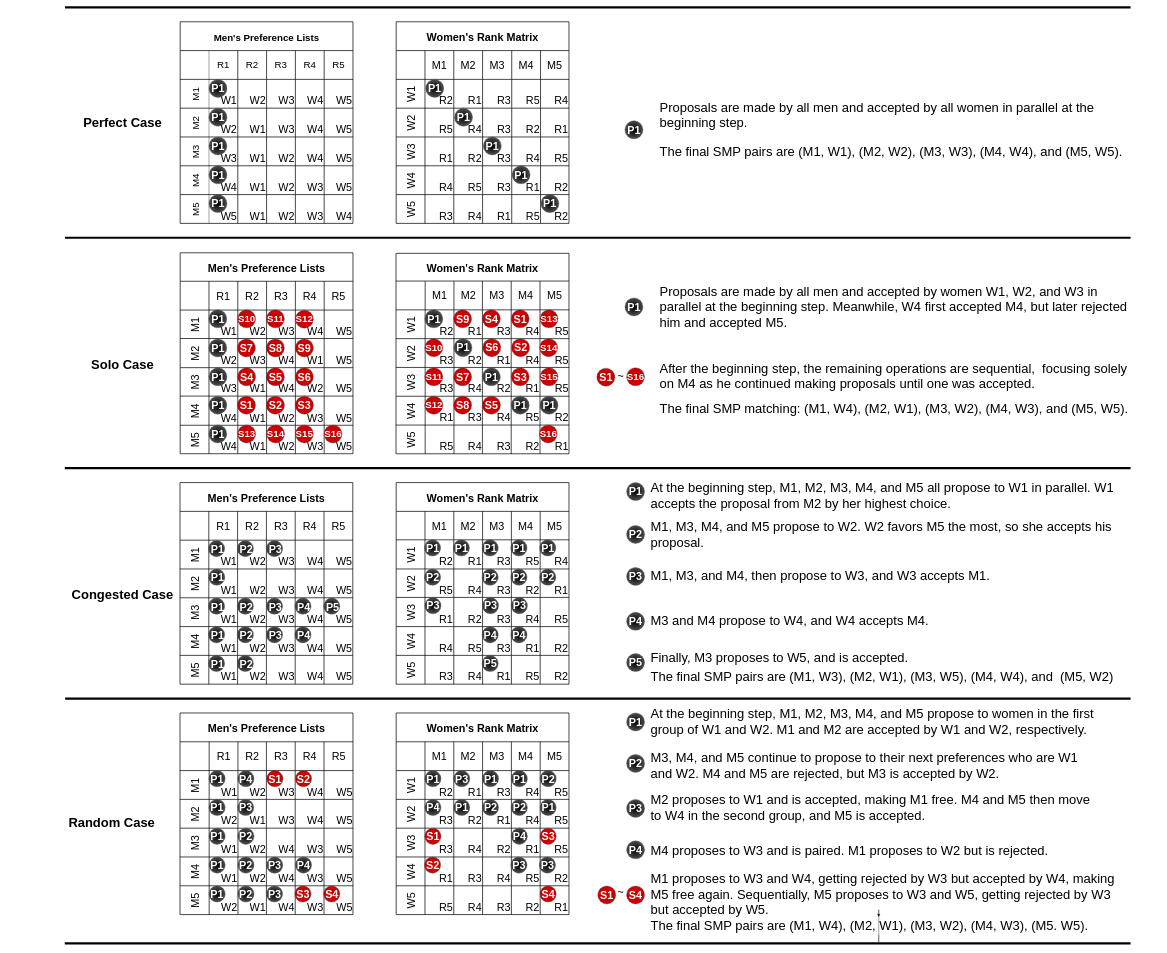
Above: SMPWorkloads.drawio in victorliu-sq/BambooSMP-Figures (draw.io), before the change. Source tidied: cells renumbered, new cells numbered last; positions are measured from the earlier drawing's top-left corner, leaving out a move shared by most shapes. Both pictures are drawn from the tidied source at 36%, with x=0, y=0 at pixel (54, 7).
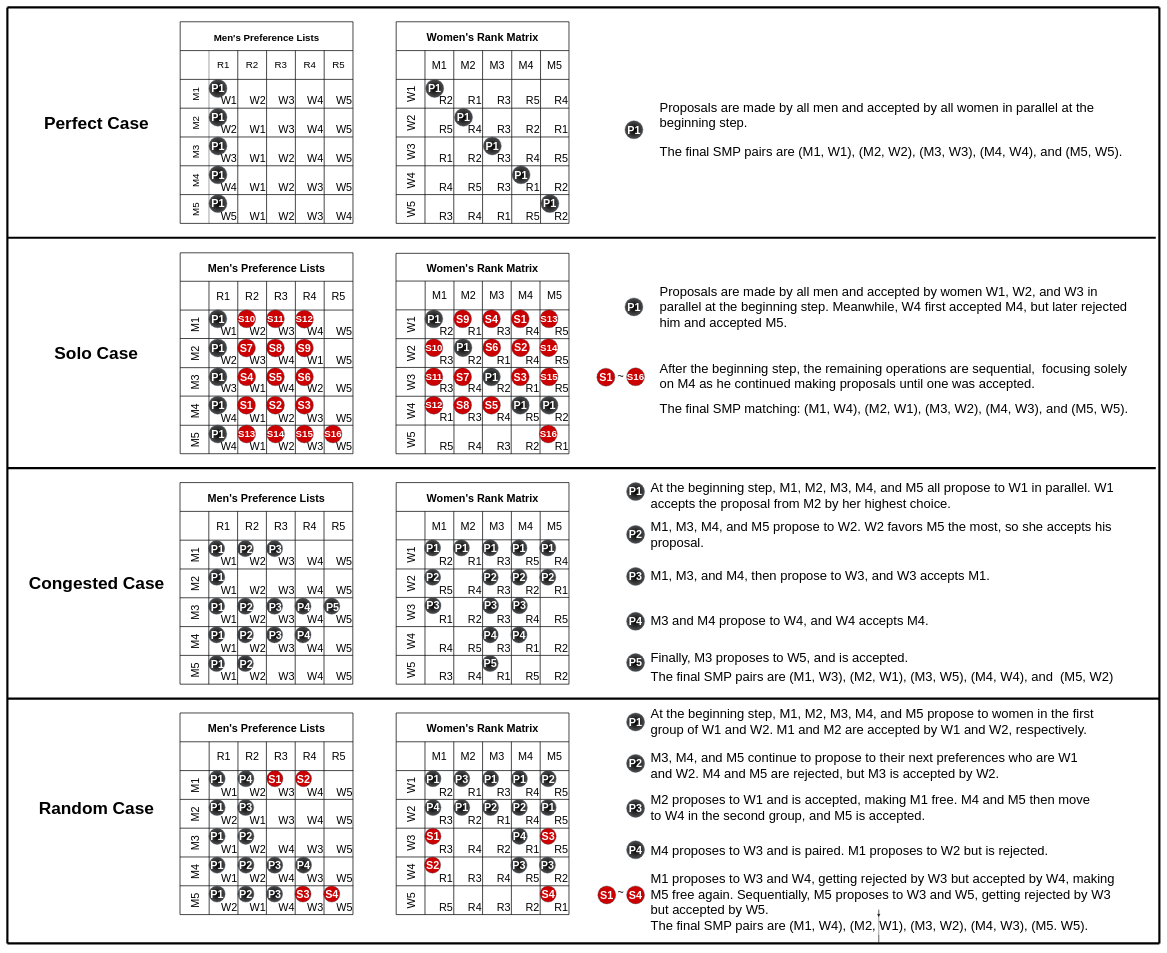
Above is the later version.

Change to the diagram source:
```diff
@@
     <mxCell id="76" style="endArrow=none;html=1;rounded=0;strokeWidth=6;" parent="1" edge="1">
       <mxGeometry relative="1" as="geometry">
-        <mxPoint x="30" y="640" as="sourcePoint" />
-        <mxPoint x="2990" y="640" as="targetPoint" />
+        <mxPoint x="-130" y="640" as="sourcePoint" />
+        <mxPoint x="3060" y="640" as="targetPoint" />
       </mxGeometry>
     </mxCell>
@@
-    <mxCell id="114" value="&lt;font style=&quot;font-size: 36px;&quot;&gt;&lt;b style=&quot;font-size: 36px;&quot;&gt;Perfect Case&lt;/b&gt;&lt;/font&gt;" style="text;strokeColor=none;align=center;fillColor=none;html=1;verticalAlign=middle;whiteSpace=wrap;rounded=0;fontSize=36;" parent="1" vertex="1">
-      <mxGeometry x="60" y="280" width="260" height="80" as="geometry" />
+    <mxCell id="114" value="&lt;font style=&quot;font-size: 48px;&quot;&gt;&lt;b style=&quot;font-size: 48px;&quot;&gt;Perfect Case&lt;/b&gt;&lt;/font&gt;" style="text;strokeColor=none;align=center;fillColor=none;html=1;verticalAlign=middle;whiteSpace=wrap;rounded=0;fontSize=48;" parent="1" vertex="1">
+      <mxGeometry x="-30" y="280" width="294.5" height="80" as="geometry" />
     </mxCell>
-    <mxCell id="115" value="&lt;font style=&quot;font-size: 36px;&quot;&gt;&lt;b style=&quot;font-size: 36px;&quot;&gt;Solo Case&lt;/b&gt;&lt;/font&gt;" style="text;strokeColor=none;align=center;fillColor=none;html=1;verticalAlign=middle;whiteSpace=wrap;rounded=0;fontSize=36;" parent="1" vertex="1">
-      <mxGeometry x="70" y="952.5" width="240" height="80" as="geometry" />
+    <mxCell id="115" value="&lt;font style=&quot;font-size: 48px;&quot;&gt;&lt;b style=&quot;font-size: 48px;&quot;&gt;Solo Case&lt;/b&gt;&lt;/font&gt;" style="text;strokeColor=none;align=center;fillColor=none;html=1;verticalAlign=middle;whiteSpace=wrap;rounded=0;fontSize=48;" parent="1" vertex="1">
+      <mxGeometry x="-2.8" y="920.2" width="240" height="80" as="geometry" />
     </mxCell>
-    <mxCell id="116" value="&lt;font style=&quot;font-size: 36px;&quot;&gt;&lt;b style=&quot;font-size: 36px;&quot;&gt;Congested Case&lt;/b&gt;&lt;/font&gt;" style="text;strokeColor=none;align=center;fillColor=none;html=1;verticalAlign=middle;whiteSpace=wrap;rounded=0;fontSize=36;" parent="1" vertex="1">
-      <mxGeometry x="29.5" y="1556.5" width="320" height="148.5" as="geometry" />
+    <mxCell id="116" value="&lt;font style=&quot;font-size: 48px;&quot;&gt;&lt;b style=&quot;font-size: 48px;&quot;&gt;Congested Case&lt;/b&gt;&lt;/font&gt;" style="text;strokeColor=none;align=center;fillColor=none;html=1;verticalAlign=middle;whiteSpace=wrap;rounded=0;fontSize=48;" parent="1" vertex="1">
+      <mxGeometry x="-72.5" y="1524" width="379.5" height="148.5" as="geometry" />
     </mxCell>
@@
     <mxCell id="122" style="endArrow=none;html=1;rounded=0;strokeWidth=6;" parent="1" edge="1">
       <mxGeometry relative="1" as="geometry">
-        <mxPoint x="29.5" y="1280" as="sourcePoint" />
-        <mxPoint x="2990" y="1280" as="targetPoint" />
+        <mxPoint x="-130" y="1280" as="sourcePoint" />
+        <mxPoint x="3060" y="1280" as="targetPoint" />
       </mxGeometry>
     </mxCell>
@@
     <mxCell id="154" style="endArrow=none;html=1;rounded=0;strokeWidth=6;" parent="1" edge="1">
       <mxGeometry relative="1" as="geometry">
-        <mxPoint x="30.5" y="1920" as="sourcePoint" />
-        <mxPoint x="2990" y="1920" as="targetPoint" />
+        <mxPoint x="-130" y="1920" as="sourcePoint" />
+        <mxPoint x="3070" y="1920" as="targetPoint" />
       </mxGeometry>
     </mxCell>
@@
-    <mxCell id="192" value="&lt;font style=&quot;font-size: 36px;&quot;&gt;&lt;b style=&quot;font-size: 36px;&quot;&gt;Random Case&lt;/b&gt;&lt;/font&gt;" style="text;strokeColor=none;align=center;fillColor=none;html=1;verticalAlign=middle;whiteSpace=wrap;rounded=0;fontSize=36;" parent="1" vertex="1">
-      <mxGeometry y="2190" width="320" height="146.7" as="geometry" />
+    <mxCell id="192" value="&lt;font style=&quot;font-size: 48px;&quot;&gt;&lt;b style=&quot;font-size: 48px;&quot;&gt;Random Case&lt;/b&gt;&lt;/font&gt;" style="text;strokeColor=none;align=center;fillColor=none;html=1;verticalAlign=middle;whiteSpace=wrap;rounded=0;fontSize=48;" parent="1" vertex="1">
+      <mxGeometry x="-55" y="2151.7" width="344.5" height="146.7" as="geometry" />
     </mxCell>
@@
     <mxCell id="207" style="endArrow=none;html=1;rounded=0;strokeWidth=6;" parent="1" edge="1">
       <mxGeometry relative="1" as="geometry">
-        <mxPoint x="29.5" y="2600" as="sourcePoint" />
-        <mxPoint x="2990" y="2600" as="targetPoint" />
+        <mxPoint x="-130" y="2600" as="sourcePoint" />
+        <mxPoint x="3070" y="2600" as="targetPoint" />
       </mxGeometry>
     </mxCell>
     <mxCell id="208" style="endArrow=none;html=1;rounded=0;strokeWidth=6;" parent="1" edge="1">
       <mxGeometry relative="1" as="geometry">
-        <mxPoint x="30" as="sourcePoint" />
-        <mxPoint x="2990" as="targetPoint" />
+        <mxPoint x="-130" as="sourcePoint" />
+        <mxPoint x="3070" as="targetPoint" />
       </mxGeometry>
     </mxCell>
@@
+    <mxCell id="457" style="endArrow=none;html=1;rounded=0;strokeWidth=6;" parent="1" edge="1">
+      <mxGeometry relative="1" as="geometry">
+        <mxPoint x="3070" y="2600" as="sourcePoint" />
+        <mxPoint x="3070" as="targetPoint" />
+      </mxGeometry>
+    </mxCell>
+    <mxCell id="458" style="endArrow=none;html=1;rounded=0;strokeWidth=6;" parent="1" edge="1">
+      <mxGeometry relative="1" as="geometry">
+        <mxPoint x="-130" y="2600" as="sourcePoint" />
+        <mxPoint x="-130" as="targetPoint" />
+      </mxGeometry>
+    </mxCell>
```
